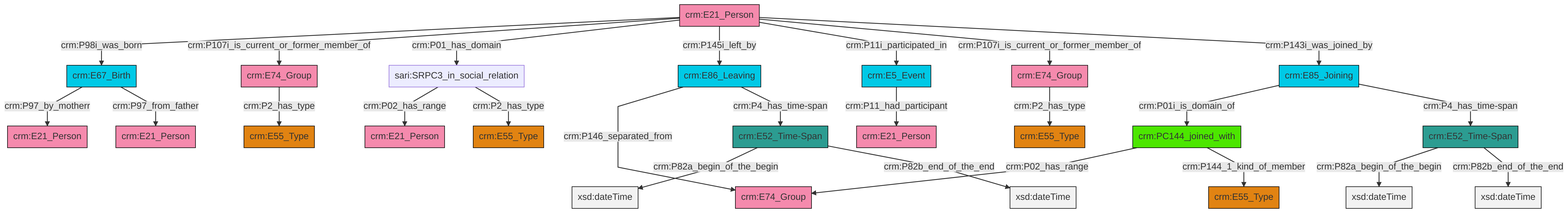
Before: et/personCSV/ttl/mmd/png/Person_Actor_Relations.png, a diagram exported from Mermaid (swiss-art-research-net/docs.swissartresearch). Its source is kept beside it as et/personCSV/ttl/mmd/Person_Actor_Relations.ttl.mmd.
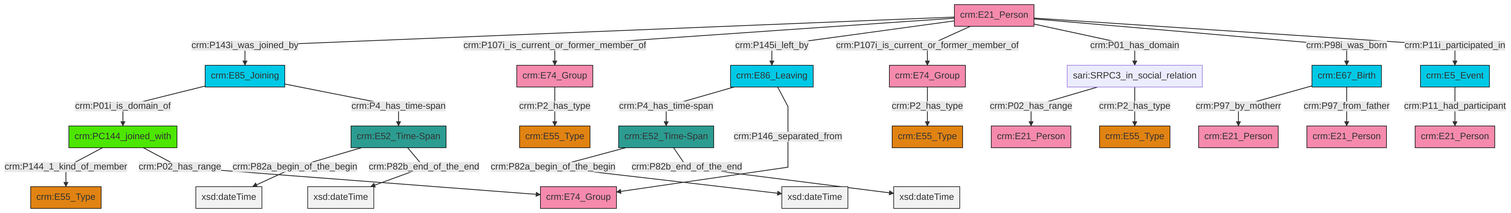
After the commit.

Change to the diagram source:
```diff
@@ -13,27 +13,27 @@
 classDef PC_Classes fill:#4ce600, stroke:#000000;
 classDef Multi fill:#cccccc,stroke:#000000;
 
-0["crm:E86_Leaving"]:::Temporal_Entity -->|crm:P146_separated_from| 1["crm:E74_Group"]:::Actor
-5["crm:E52_Time-Span"]:::Time-Span -->|crm:P82a_begin_of_the_begin| 6[xsd:dateTime]:::Literal
-9["crm:PC144_joined_with"]:::PC_Classes -->|crm:P02_has_range| 1["crm:E74_Group"]:::Actor
-12["crm:E74_Group"]:::Actor -->|crm:P2_has_type| 13["crm:E55_Type"]:::Type
-14["crm:E5_Event"]:::Temporal_Entity -->|crm:P11_had_participant| 16["crm:E21_Person"]:::Actor
-17["crm:E52_Time-Span"]:::Time-Span -->|crm:P82a_begin_of_the_begin| 18[xsd:dateTime]:::Literal
-10["crm:E67_Birth"]:::Temporal_Entity -->|crm:P97_by_motherr| 21["crm:E21_Person"]:::Actor
-5["crm:E52_Time-Span"]:::Time-Span -->|crm:P82b_end_of_the_end| 24[xsd:dateTime]:::Literal
-31["crm:E21_Person"]:::Actor -->|crm:P98i_was_born| 10["crm:E67_Birth"]:::Temporal_Entity
-7["crm:E85_Joining"]:::Temporal_Entity -->|crm:P01i_is_domain_of| 9["crm:PC144_joined_with"]:::PC_Classes
-32["sari:SRPC3_in_social_relation"]:::Default -->|crm:P02_has_range| 2["crm:E21_Person"]:::Actor
-31["crm:E21_Person"]:::Actor -->|crm:P107i_is_current_or_former_member_of| 33["crm:E74_Group"]:::Actor
-0["crm:E86_Leaving"]:::Temporal_Entity -->|crm:P4_has_time-span| 17["crm:E52_Time-Span"]:::Time-Span
-17["crm:E52_Time-Span"]:::Time-Span -->|crm:P82b_end_of_the_end| 34[xsd:dateTime]:::Literal
-10["crm:E67_Birth"]:::Temporal_Entity -->|crm:P97_from_father| 19["crm:E21_Person"]:::Actor
-31["crm:E21_Person"]:::Actor -->|crm:P01_has_domain| 32["sari:SRPC3_in_social_relation"]:::Default
-9["crm:PC144_joined_with"]:::PC_Classes -->|crm:P144_1_kind_of_member| 27["crm:E55_Type"]:::Type
-32["sari:SRPC3_in_social_relation"]:::Default -->|crm:P2_has_type| 22["crm:E55_Type"]:::Type
-31["crm:E21_Person"]:::Actor -->|crm:P145i_left_by| 0["crm:E86_Leaving"]:::Temporal_Entity
-7["crm:E85_Joining"]:::Temporal_Entity -->|crm:P4_has_time-span| 5["crm:E52_Time-Span"]:::Time-Span
-31["crm:E21_Person"]:::Actor -->|crm:P11i_participated_in| 14["crm:E5_Event"]:::Temporal_Entity
-31["crm:E21_Person"]:::Actor -->|crm:P107i_is_current_or_former_member_of| 12["crm:E74_Group"]:::Actor
-33["crm:E74_Group"]:::Actor -->|crm:P2_has_type| 36["crm:E55_Type"]:::Type
-31["crm:E21_Person"]:::Actor -->|crm:P143i_was_joined_by| 7["crm:E85_Joining"]:::Temporal_Entity
+6["sari:SRPC3_in_social_relation"]:::Default -->|crm:P02_has_range| 7["crm:E21_Person"]:::Actor
+0["crm:E85_Joining"]:::Temporal_Entity -->|crm:P01i_is_domain_of| 8["crm:PC144_joined_with"]:::PC_Classes
+13["crm:E21_Person"]:::Actor -->|crm:P143i_was_joined_by| 0["crm:E85_Joining"]:::Temporal_Entity
+13["crm:E21_Person"]:::Actor -->|crm:P107i_is_current_or_former_member_of| 16["crm:E74_Group"]:::Actor
+6["sari:SRPC3_in_social_relation"]:::Default -->|crm:P2_has_type| 17["crm:E55_Type"]:::Type
+18["crm:E67_Birth"]:::Temporal_Entity -->|crm:P97_by_motherr| 9["crm:E21_Person"]:::Actor
+19["crm:E5_Event"]:::Temporal_Entity -->|crm:P11_had_participant| 20["crm:E21_Person"]:::Actor
+13["crm:E21_Person"]:::Actor -->|crm:P145i_left_by| 11["crm:E86_Leaving"]:::Temporal_Entity
+22["crm:E52_Time-Span"]:::Time-Span -->|crm:P82a_begin_of_the_begin| 23[xsd:dateTime]:::Literal
+8["crm:PC144_joined_with"]:::PC_Classes -->|crm:P144_1_kind_of_member| 14["crm:E55_Type"]:::Type
+13["crm:E21_Person"]:::Actor -->|crm:P107i_is_current_or_former_member_of| 2["crm:E74_Group"]:::Actor
+2["crm:E74_Group"]:::Actor -->|crm:P2_has_type| 26["crm:E55_Type"]:::Type
+8["crm:PC144_joined_with"]:::PC_Classes -->|crm:P02_has_range| 24["crm:E74_Group"]:::Actor
+29["crm:E52_Time-Span"]:::Time-Span -->|crm:P82a_begin_of_the_begin| 30[xsd:dateTime]:::Literal
+13["crm:E21_Person"]:::Actor -->|crm:P01_has_domain| 6["sari:SRPC3_in_social_relation"]:::Default
+22["crm:E52_Time-Span"]:::Time-Span -->|crm:P82b_end_of_the_end| 31[xsd:dateTime]:::Literal
+29["crm:E52_Time-Span"]:::Time-Span -->|crm:P82b_end_of_the_end| 32[xsd:dateTime]:::Literal
+0["crm:E85_Joining"]:::Temporal_Entity -->|crm:P4_has_time-span| 22["crm:E52_Time-Span"]:::Time-Span
+13["crm:E21_Person"]:::Actor -->|crm:P98i_was_born| 18["crm:E67_Birth"]:::Temporal_Entity
+11["crm:E86_Leaving"]:::Temporal_Entity -->|crm:P4_has_time-span| 29["crm:E52_Time-Span"]:::Time-Span
+13["crm:E21_Person"]:::Actor -->|crm:P11i_participated_in| 19["crm:E5_Event"]:::Temporal_Entity
+18["crm:E67_Birth"]:::Temporal_Entity -->|crm:P97_from_father| 33["crm:E21_Person"]:::Actor
+16["crm:E74_Group"]:::Actor -->|crm:P2_has_type| 4["crm:E55_Type"]:::Type
+11["crm:E86_Leaving"]:::Temporal_Entity -->|crm:P146_separated_from| 24["crm:E74_Group"]:::Actor
```
